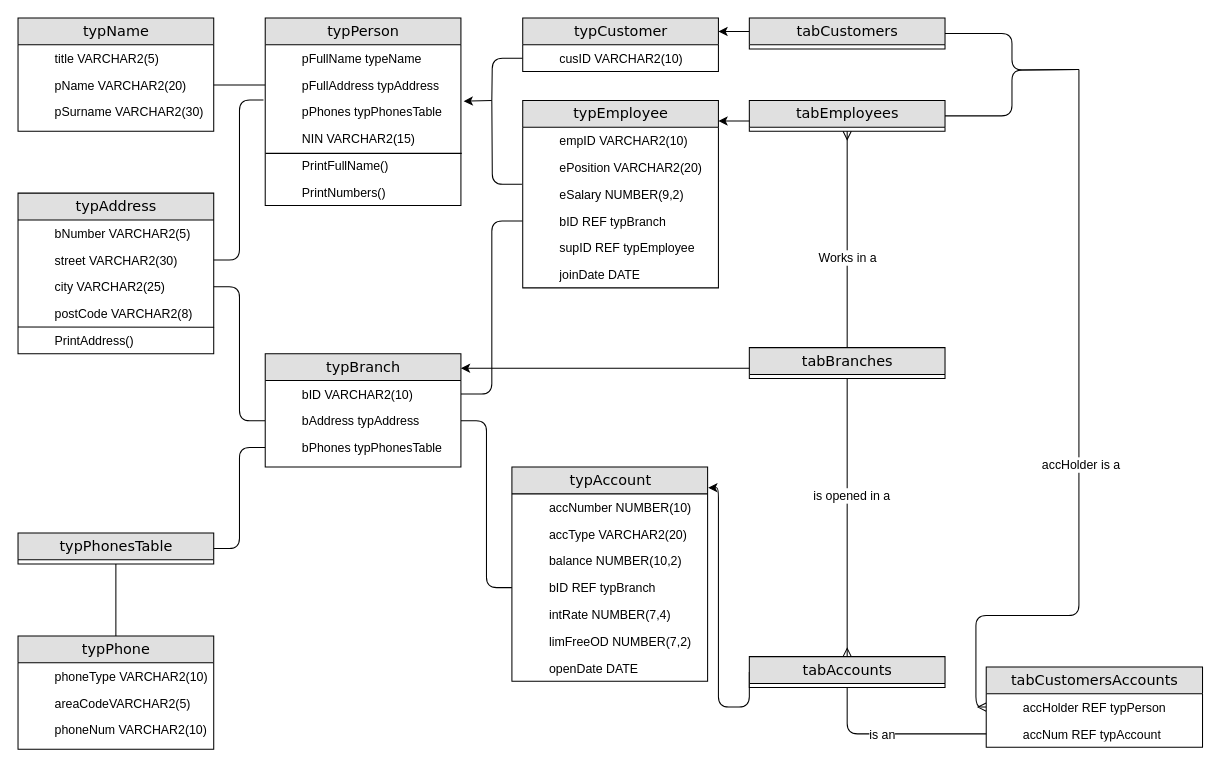
Before: Diagrams/Types Diagram.drawio in thisMarco/Advanced-Database-Systems, a draw.io diagram. Source tidied: cells renumbered, new cells numbered last; positions are measured from the earlier drawing's top-left corner, leaving out a move shared by most shapes. Both pictures are drawn from the tidied source at 103%, with x=0, y=0 at pixel (18, 18).
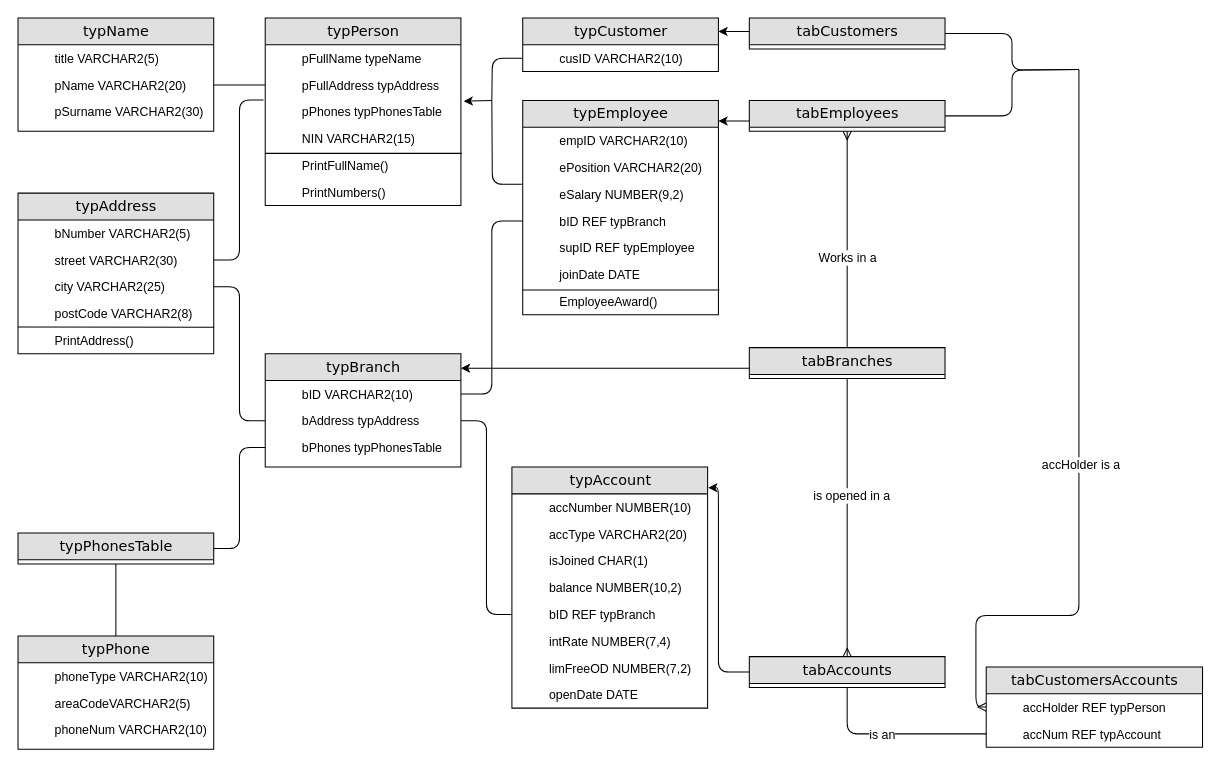
Above is the later version.

The change refers to these unchanged cells:
```xml
<mxCell id="76" value="tabAccounts" style="swimlane;html=1;fontStyle=0;horizontal=1;startSize=26;fillColor=#e0e0e0;swimlaneFillColor=#ffffff;align=center;rounded=0;shadow=0;comic=0;labelBackgroundColor=none;strokeWidth=1;fontFamily=Verdana;fontSize=14;" parent="1" vertex="1">
  <mxGeometry x="710" y="620" width="190" height="30" as="geometry" />
</mxCell>
```

Diff of the diagram source:
```diff
@@
     <mxCell id="40" value="typAccount" style="swimlane;html=1;fontStyle=0;horizontal=1;startSize=26;fillColor=#e0e0e0;swimlaneFillColor=#ffffff;align=center;rounded=0;shadow=0;comic=0;labelBackgroundColor=none;strokeWidth=1;fontFamily=Verdana;fontSize=14;" parent="1" vertex="1">
-      <mxGeometry x="479.5" y="436" width="190" height="208" as="geometry" />
+      <mxGeometry x="479.5" y="436" width="190" height="234" as="geometry" />
     </mxCell>
@@
+    <mxCell id="78" value="isJoined CHAR(1)" style="shape=partialRectangle;top=0;left=0;right=0;bottom=0;html=1;align=left;verticalAlign=top;fillColor=none;spacingLeft=34;spacingRight=4;whiteSpace=wrap;overflow=hidden;" parent="40" vertex="1">
+      <mxGeometry y="78" width="190" height="26" as="geometry" />
+    </mxCell>
     <mxCell id="43" value="balance NUMBER(10,2)" style="shape=partialRectangle;top=0;left=0;right=0;bottom=0;html=1;align=left;verticalAlign=top;fillColor=none;spacingLeft=34;spacingRight=4;whiteSpace=wrap;overflow=hidden;" parent="40" vertex="1">
-      <mxGeometry y="78" width="190" height="26" as="geometry" />
+      <mxGeometry y="104" width="190" height="26" as="geometry" />
     </mxCell>
     <mxCell id="44" value="bID REF typBranch" style="shape=partialRectangle;top=0;left=0;right=0;bottom=0;html=1;align=left;verticalAlign=top;fillColor=none;spacingLeft=34;spacingRight=4;whiteSpace=wrap;overflow=hidden;points=[[0,0.5],[1,0.5]];portConstraint=eastwest;" parent="40" vertex="1">
-      <mxGeometry y="104" width="190" height="26" as="geometry" />
+      <mxGeometry y="130" width="190" height="26" as="geometry" />
     </mxCell>
     <mxCell id="45" value="intRate NUMBER(7,4)" style="shape=partialRectangle;top=0;left=0;right=0;bottom=0;html=1;align=left;verticalAlign=top;fillColor=none;spacingLeft=34;spacingRight=4;whiteSpace=wrap;overflow=hidden;" parent="40" vertex="1">
-      <mxGeometry y="130" width="190" height="26" as="geometry" />
+      <mxGeometry y="156" width="190" height="26" as="geometry" />
     </mxCell>
     <mxCell id="46" value="limFreeOD NUMBER(7,2)" style="shape=partialRectangle;top=0;left=0;right=0;bottom=0;html=1;align=left;verticalAlign=top;fillColor=none;spacingLeft=34;spacingRight=4;whiteSpace=wrap;overflow=hidden;" parent="40" vertex="1">
-      <mxGeometry y="156" width="190" height="26" as="geometry" />
+      <mxGeometry y="182" width="190" height="26" as="geometry" />
     </mxCell>
     <mxCell id="47" value="openDate DATE" style="shape=partialRectangle;top=0;left=0;right=0;bottom=0;html=1;align=left;verticalAlign=top;fillColor=none;spacingLeft=34;spacingRight=4;whiteSpace=wrap;overflow=hidden;" parent="40" vertex="1">
-      <mxGeometry y="182" width="190" height="26" as="geometry" />
+      <mxGeometry y="208" width="190" height="26" as="geometry" />
     </mxCell>
@@
     <mxCell id="50" value="typEmployee" style="swimlane;html=1;fontStyle=0;horizontal=1;startSize=26;fillColor=#e0e0e0;swimlaneFillColor=#ffffff;align=center;rounded=0;shadow=0;comic=0;labelBackgroundColor=none;strokeWidth=1;fontFamily=Verdana;fontSize=14;" parent="1" vertex="1">
-      <mxGeometry x="490" y="80" width="190" height="182" as="geometry" />
+      <mxGeometry x="490" y="80" width="190" height="208" as="geometry" />
     </mxCell>
@@
+    <mxCell id="79" value="EmployeeAward()" style="shape=partialRectangle;top=0;left=0;right=0;bottom=0;html=1;align=left;verticalAlign=top;fillColor=none;spacingLeft=34;spacingRight=4;whiteSpace=wrap;overflow=hidden;points=[[0,0.5],[1,0.5]];portConstraint=eastwest;" parent="50" vertex="1">
+      <mxGeometry y="182" width="190" height="26" as="geometry" />
+    </mxCell>
+    <mxCell id="80" style="endArrow=none;html=1;entryX=1.005;entryY=0.077;entryDx=0;entryDy=0;entryPerimeter=0;" parent="50" edge="1" target="79">
+      <mxGeometry relative="1" as="geometry">
+        <mxPoint y="184" as="sourcePoint" />
+      </mxGeometry>
+    </mxCell>
@@
     <mxCell id="70" style="endArrow=classic;html=1;fontSize=12;entryX=1.003;entryY=0.072;entryDx=0;entryDy=0;entryPerimeter=0;exitX=0;exitY=0.5;exitDx=0;exitDy=0;edgeStyle=orthogonalEdgeStyle;" parent="1" edge="1" source="76">
       <mxGeometry relative="1" as="geometry">
         <mxPoint x="670.1" y="456" as="targetPoint" />
         <Array as="points">
-          <mxPoint x="680" y="669" />
+          <mxPoint x="680" y="635" />
           <mxPoint x="680" y="456" />
         </Array>
       </mxGeometry>
     </mxCell>
```
